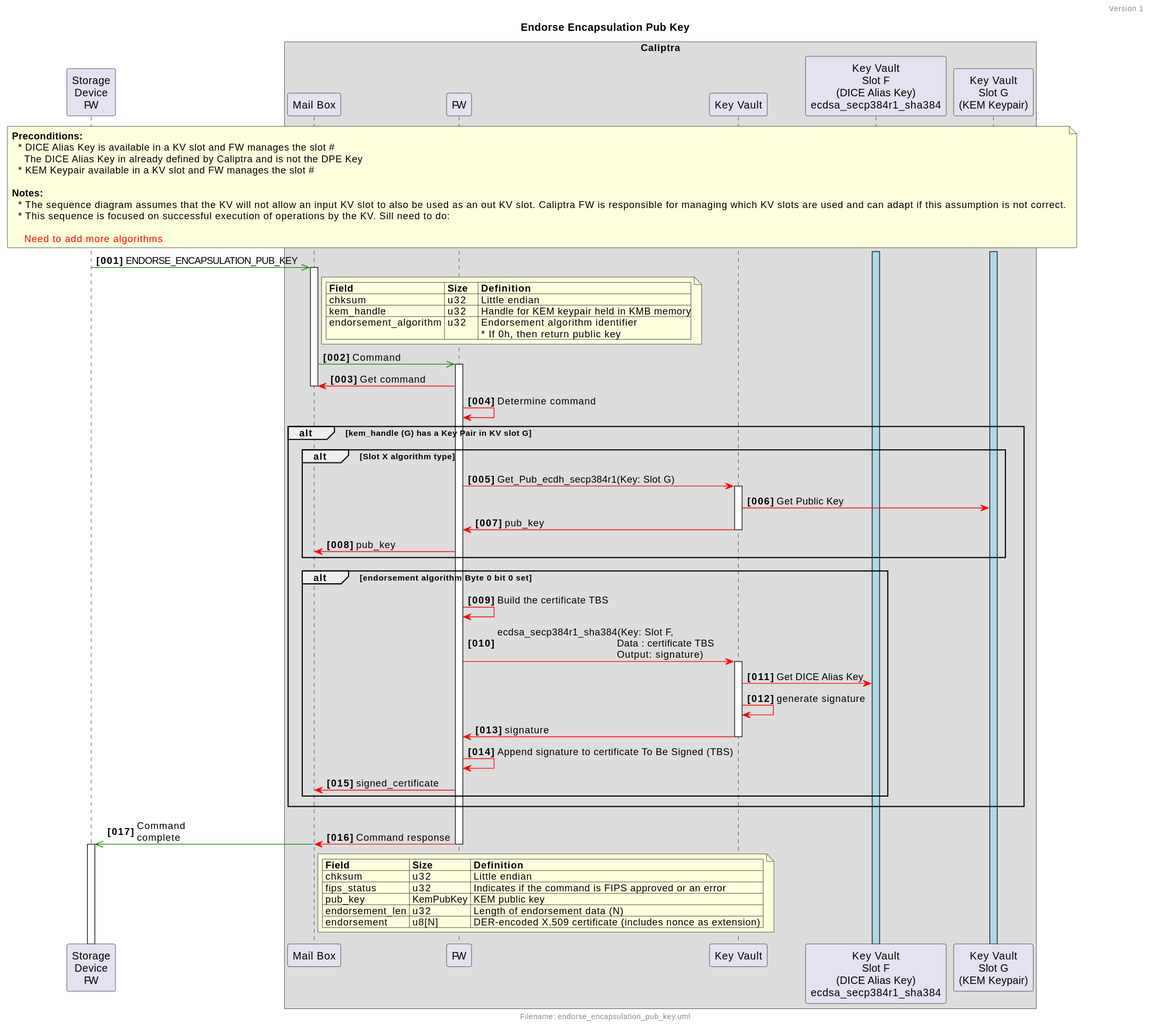
This is doc/ocp_lock/diagrams/endorse_encapsulation_pub_key.svg from chipsalliance/Caliptra, a PlantUML export, as it was before one commit.
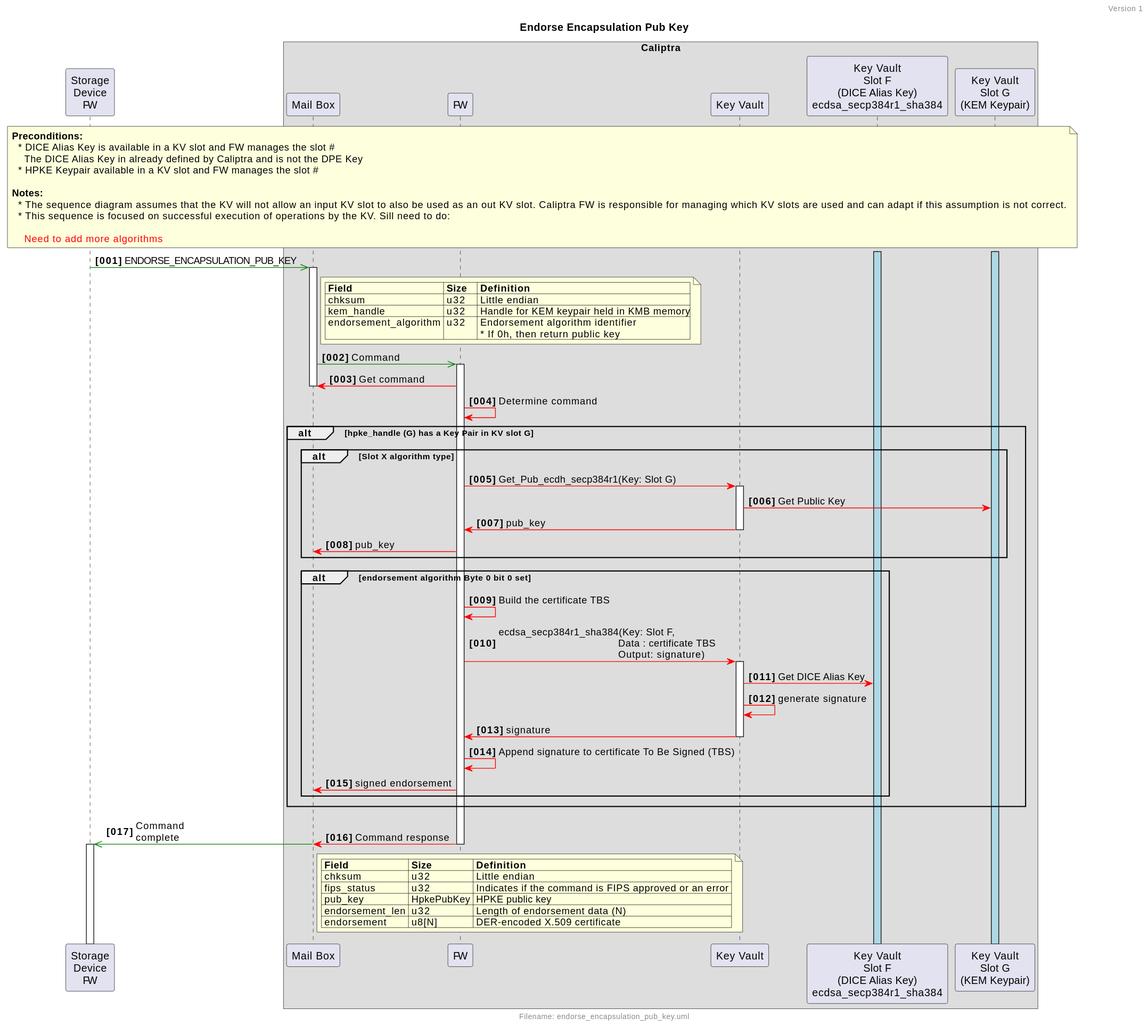
After the change.

Diff of the diagram source:
```diff
@@ -10,7 +10,7 @@
         <b>Preconditions:</b>
           * DICE Alias Key is available in a KV slot and FW manages the slot #
             The DICE Alias Key in already defined by Caliptra and is not the DPE Key
-          * KEM Keypair available in a KV slot and FW manages the slot #
+          * HPKE Keypair available in a KV slot and FW manages the slot #
 
         <b>Notes:</b>
           * The sequence diagram assumes that the KV will not allow an input KV slot to also be used as an out KV slot. Caliptra FW is responsible for managing which KV slots are used and can adapt if this assumption is not correct.
@@ -45,7 +45,7 @@
     mb--
 !endif
 
-alt kem_handle (G) has a Key Pair in KV slot G
+alt hpke_handle (G) has a Key Pair in KV slot G
 
     alt Slot X algorithm type
 
@@ -72,7 +72,7 @@
             kv--
         !endif
         cfw $sync cfw: Append signature to certificate To Be Signed (TBS)
-        cfw $sync mb : signed_certificate
+        cfw $sync mb : signed endorsement
     end
 end
 
@@ -82,12 +82,12 @@
 
 !if ($show_api)
     note right mb
-        | <b>Field        | <b>Size   | <b>Definition |
-        | chksum          | u32       | Little endian |
-        | fips_status     | u32       | Indicates if the command is FIPS approved or an error |
-        | pub_key         | KemPubKey | KEM public key |
-        | endorsement_len | u32       | Length of endorsement data (N) |
-        | endorsement     | u8[N]     | DER-encoded X.509 certificate (includes nonce as extension) |
+        | <b>Field        | <b>Size    | <b>Definition |
+        | chksum          | u32        | Little endian |
+        | fips_status     | u32        | Indicates if the command is FIPS approved or an error |
+        | pub_key         | HpkePubKey | HPKE public key |
+        | endorsement_len | u32        | Length of endorsement data (N) |
+        | endorsement     | u8[N]      | DER-encoded X.509 certificate |
     end note
 !endif
 cfw--
```
